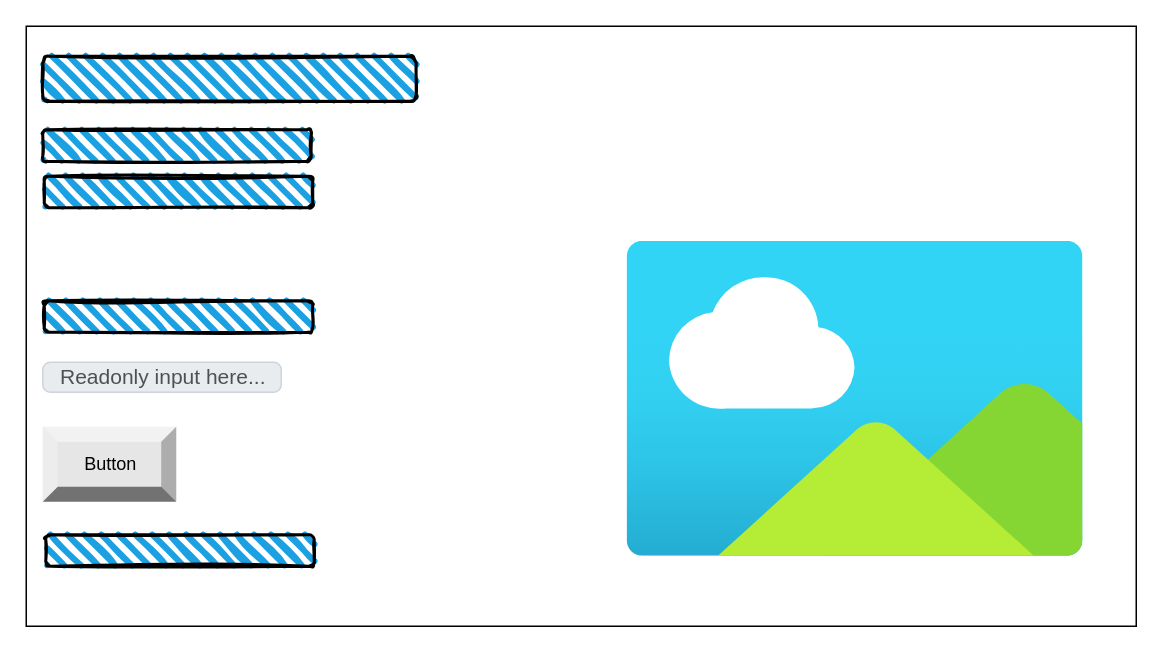
This is page "Page-2" (2 of 2) of design/story-board.drawio from ekaterina-chernykh/ICS20-Unit-5-06, a draw.io file, before an edit. Source tidied: cells renumbered, new cells numbered last; positions are measured from the earlier drawing's top-left corner, leaving out a move shared by most shapes. Both pictures are drawn from the tidied source at 150%, with x=0, y=0 at pixel (26, 26).
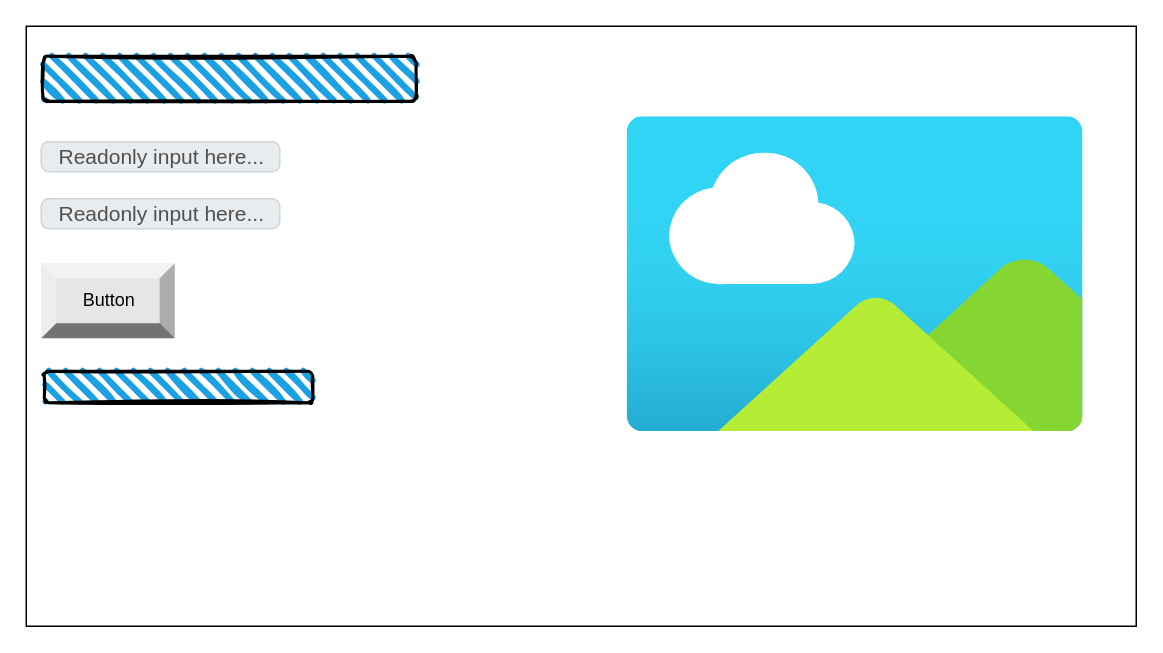
The same page after the edit.

Change to the diagram source:
```diff
@@
 <mxGraphModel>
   <root>
     <mxCell id="0" />
     <mxCell id="1" parent="0" />
     <mxCell id="2" style="rounded=0;whiteSpace=wrap;html=1;" parent="1" vertex="1">
       <mxGeometry width="740" height="400" as="geometry" />
     </mxCell>
     <mxCell id="3" style="rounded=1;whiteSpace=wrap;html=1;strokeWidth=2;fillWeight=4;hachureGap=8;hachureAngle=45;fillColor=#1ba1e2;sketch=1;" parent="1" vertex="1">
       <mxGeometry x="11" y="20" width="249" height="30" as="geometry" />
     </mxCell>
-    <mxCell id="4" style="rounded=1;whiteSpace=wrap;html=1;strokeWidth=2;fillWeight=4;hachureGap=8;hachureAngle=45;fillColor=#1ba1e2;sketch=1;" parent="1" vertex="1">
-      <mxGeometry x="12" y="100" width="179" height="21" as="geometry" />
-    </mxCell>
-    <mxCell id="5" style="rounded=1;whiteSpace=wrap;html=1;strokeWidth=2;fillWeight=4;hachureGap=8;hachureAngle=45;fillColor=#1ba1e2;sketch=1;" parent="1" vertex="1">
-      <mxGeometry x="11" y="69" width="179" height="21" as="geometry" />
-    </mxCell>
-    <mxCell id="6" style="rounded=1;whiteSpace=wrap;html=1;strokeWidth=2;fillWeight=4;hachureGap=8;hachureAngle=45;fillColor=#1ba1e2;sketch=1;" parent="1" vertex="1">
-      <mxGeometry x="12" y="183" width="179" height="21" as="geometry" />
-    </mxCell>
     <mxCell id="7" value="Readonly input here..." style="html=1;shadow=0;dashed=0;shape=mxgraph.bootstrap.rrect;rSize=5;strokeColor=#CED4DA;strokeWidth=1;fillColor=#E9ECEF;fontColor=#505050;whiteSpace=wrap;align=left;verticalAlign=middle;spacingLeft=10;fontSize=14;" parent="1" vertex="1">
-      <mxGeometry x="11" y="224" width="159" height="20" as="geometry" />
+      <mxGeometry x="10" y="115" width="159" height="20" as="geometry" />
     </mxCell>
     <mxCell id="8" value="Button" style="labelPosition=center;verticalLabelPosition=middle;align=center;html=1;shape=mxgraph.basic.shaded_button;dx=10;fillColor=#E6E6E6;strokeColor=none;" parent="1" vertex="1">
-      <mxGeometry x="11" y="267" width="89" height="50" as="geometry" />
+      <mxGeometry x="10" y="158" width="89" height="50" as="geometry" />
     </mxCell>
     <mxCell id="9" style="html=1;align=center;image;fontSize=12;image=img/lib/azure2/general/Image.svg;fillColor=#BA6D07;" parent="1" vertex="1">
-      <mxGeometry x="400" y="143.5" width="305.4" height="210" as="geometry" />
+      <mxGeometry x="400" y="60.5" width="305.4" height="210" as="geometry" />
     </mxCell>
     <mxCell id="10" style="rounded=1;whiteSpace=wrap;html=1;strokeWidth=2;fillWeight=4;hachureGap=8;hachureAngle=45;fillColor=#1ba1e2;sketch=1;" parent="1" vertex="1">
-      <mxGeometry x="13" y="339" width="179" height="21" as="geometry" />
+      <mxGeometry x="12" y="230" width="179" height="21" as="geometry" />
     </mxCell>
+    <mxCell id="11" value="Readonly input here..." style="html=1;shadow=0;dashed=0;shape=mxgraph.bootstrap.rrect;rSize=5;strokeColor=#CED4DA;strokeWidth=1;fillColor=#E9ECEF;fontColor=#505050;whiteSpace=wrap;align=left;verticalAlign=middle;spacingLeft=10;fontSize=14;" parent="1" vertex="1">
+      <mxGeometry x="10" y="77" width="159" height="20" as="geometry" />
+    </mxCell>
   </root>
 </mxGraphModel>
```
